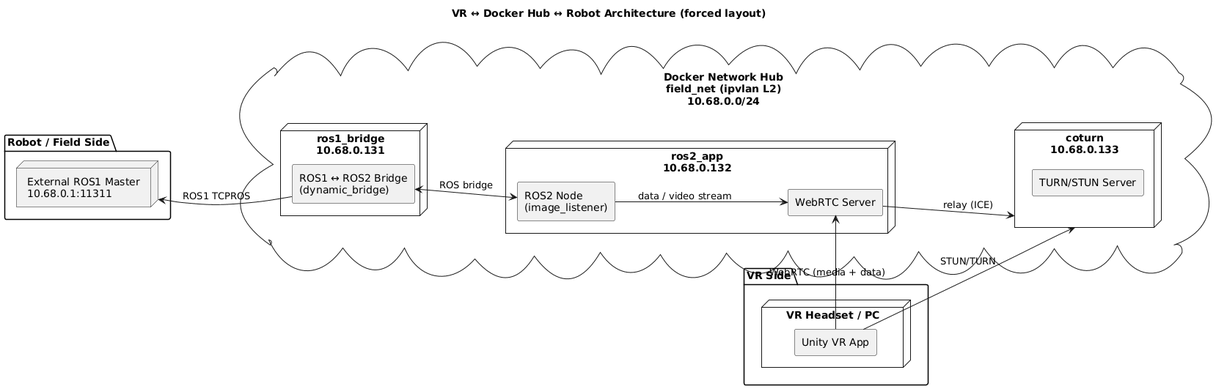
Before: architecture.png, a diagram exported from PlantUML (ichores-research/vive_teleop).
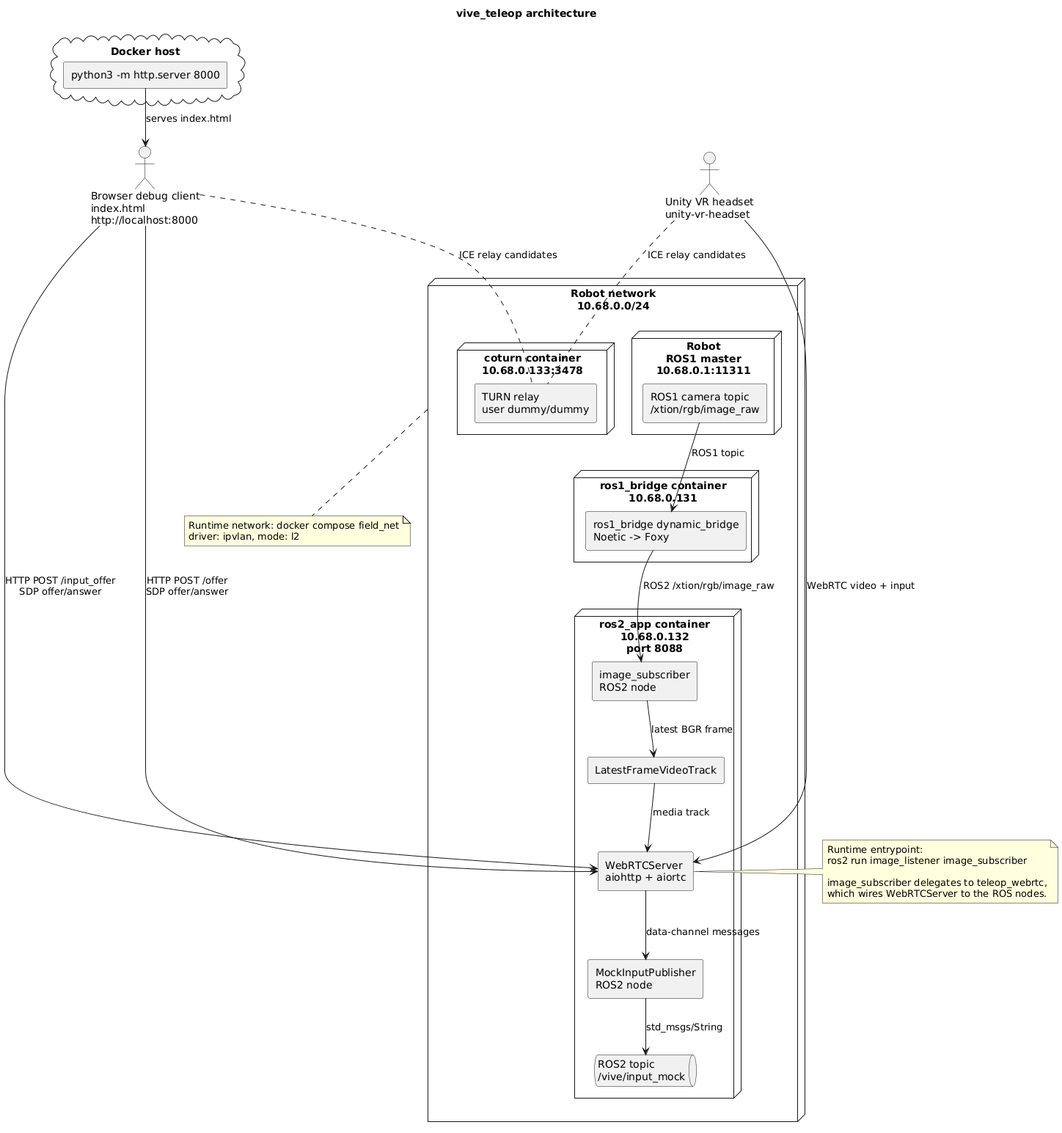
Above is the later version.

Commit message:
Rewrote docs and added better uml

Change to the diagram source:
```diff
@@ -1,47 +1,64 @@
 @startuml
-title VR ↔ Docker Hub ↔ Robot Architecture (forced layout)
+title vive_teleop architecture
 
-left to right direction
 skinparam componentStyle rectangle
 skinparam shadowing false
+skinparam defaultFontName Monospace
 
-package "Robot / Field Side" as robot_side {
-  node "External ROS1 Master\n10.68.0.1:11311" as ros1_master
-}
+actor "Browser debug client\nindex.html\nhttp://localhost:8000" as Browser
+actor "Unity VR headset\nunity-vr-headset" as Unity
 
-cloud "Docker Network Hub\nfield_net (ipvlan L2)\n10.68.0.0/24" as docker_net {
-
-  node "ros1_bridge\n10.68.0.131" as bridge {
-    component "ROS1 ↔ ROS2 Bridge\n(dynamic_bridge)" as bridge_proc
+node "Robot network\n10.68.0.0/24" as Net {
+  node "Robot\nROS1 master\n10.68.0.1:11311" as Robot {
+    component "ROS1 camera topic\n/xtion/rgb/image_raw" as Ros1Camera
   }
 
-  node "ros2_app\n10.68.0.132" as app {
-    component "ROS2 Node\n(image_listener)" as ros2_node
-    component "WebRTC Server" as webrtc
+  node "ros1_bridge container\n10.68.0.131" as Bridge {
+    component "ros1_bridge dynamic_bridge\nNoetic -> Foxy" as DynamicBridge
   }
 
-  node "coturn\n10.68.0.133" as turn {
-    component "TURN/STUN Server" as coturn_srv
+  node "ros2_app container\n10.68.0.132\nport 8088" as Ros2App {
+    component "image_subscriber\nROS2 node" as ImageSubscriber
+    component "LatestFrameVideoTrack" as VideoTrack
+    component "WebRTCServer\naiohttp + aiortc" as WebRTCServer
+    component "MockInputPublisher\nROS2 node" as InputPublisher
+    queue "ROS2 topic\n/vive/input_mock" as InputTopic
+  }
+
+  node "coturn container\n10.68.0.133:3478" as Coturn {
+    component "TURN relay\nuser dummy/dummy" as TurnRelay
   }
 }
 
-package "VR Side" as vr_side {
-  node "VR Headset / PC" as vr {
-    component "Unity VR App" as unity
-  }
+cloud "Docker host" as Host {
+  component "python3 -m http.server 8000" as StaticServer
 }
 
-ros1_master -[hidden]-> bridge_proc
-bridge_proc -[hidden]-> webrtc
-webrtc -[hidden]-> unity
+Ros1Camera --> DynamicBridge : ROS1 topic
+DynamicBridge --> ImageSubscriber : ROS2 /xtion/rgb/image_raw
+ImageSubscriber --> VideoTrack : latest BGR frame
+VideoTrack --> WebRTCServer : media track
+WebRTCServer --> InputPublisher : data-channel messages
+InputPublisher --> InputTopic : std_msgs/String
 
+StaticServer --> Browser : serves index.html
+Browser --> WebRTCServer : HTTP POST /offer\nSDP offer/answer
+Browser --> WebRTCServer : HTTP POST /input_offer\nSDP offer/answer
+Browser .. TurnRelay : ICE relay candidates
 
-bridge_proc --> ros1_master : ROS1 TCPROS
+Unity --> WebRTCServer : WebRTC video + input
+Unity .. TurnRelay : ICE relay candidates
 
-bridge_proc <--> ros2_node : ROS bridge
-ros2_node --> webrtc : data / video stream
+note right of WebRTCServer
+  Runtime entrypoint:
+  ros2 run image_listener image_subscriber
 
-unity --> webrtc : WebRTC (media + data)
-unity --> turn : STUN/TURN
-webrtc --> turn : relay (ICE)
+  image_subscriber delegates to teleop_webrtc,
+  which wires WebRTCServer to the ROS nodes.
+end note
+
+note bottom of Net
+  Runtime network: docker compose field_net
+  driver: ipvlan, mode: l2
+end note
 @enduml
```
